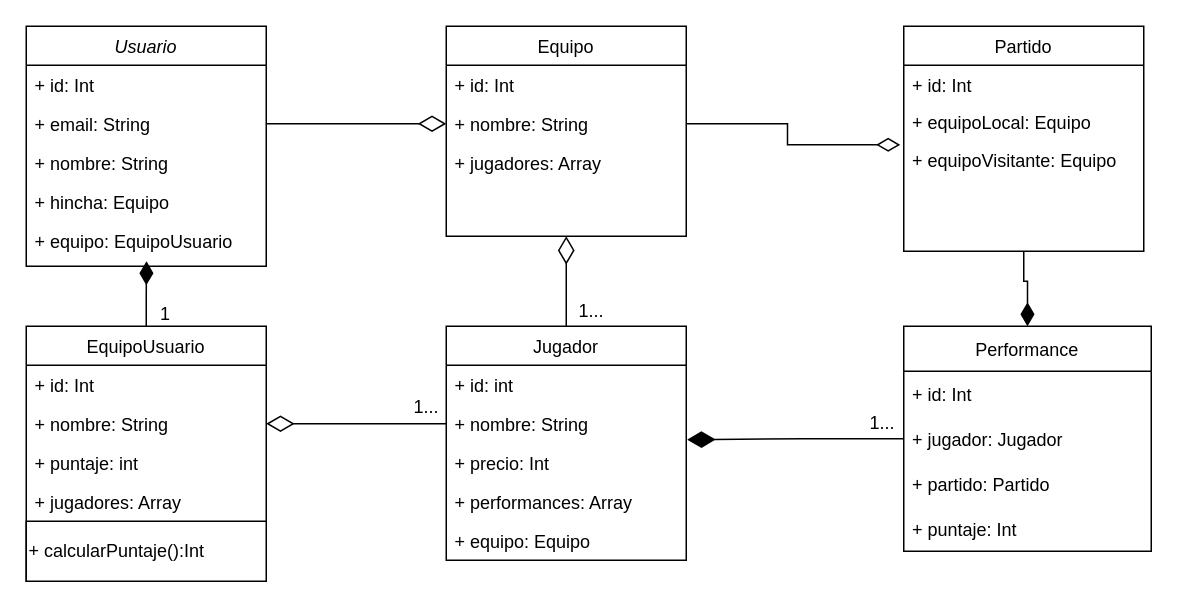
Earlier version of the draw.io diagram GranDT_Diagram.drawio (anarod13/granDT). Source tidied: cells renumbered, new cells numbered last; positions are measured from the earlier drawing's top-left corner, leaving out a move shared by most shapes. Both pictures are drawn from the tidied source at 150%, with x=0, y=0 at pixel (26, 26).
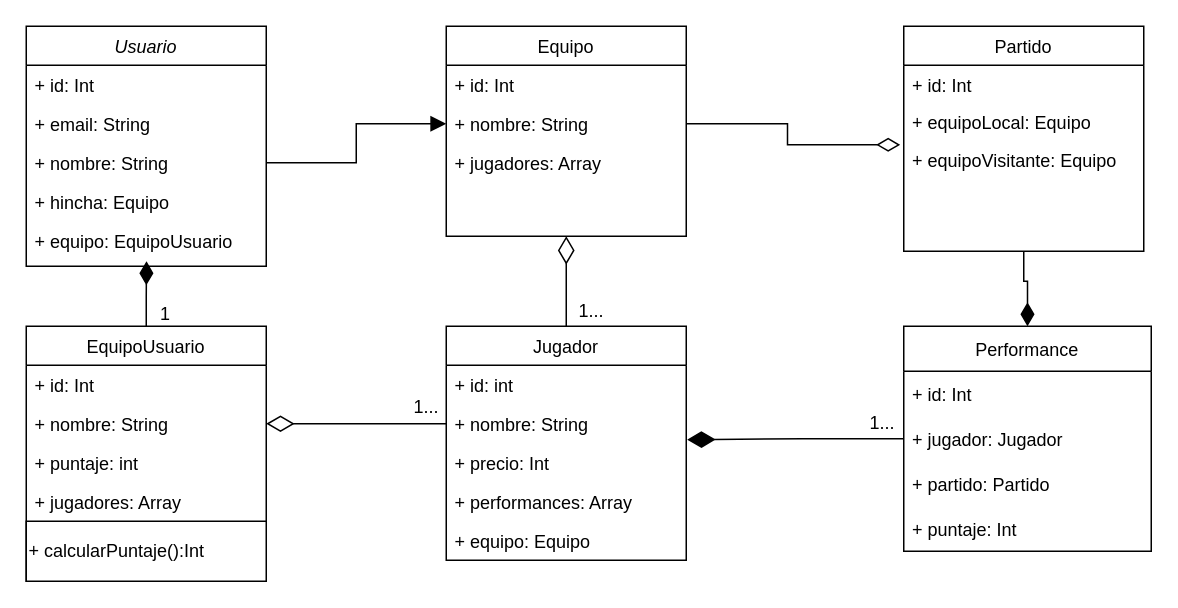
The same diagram, later.

Unchanged cells that the change refers to:
```xml
<mxCell id="4" value="+ email: String" style="text;align=left;verticalAlign=top;spacingLeft=4;spacingRight=4;overflow=hidden;points=[[0,0.5],[1,0.5]];portConstraint=eastwest;rounded=0;shadow=0;html=0;" parent="2" vertex="1">
  <mxGeometry y="52" width="160" height="26" as="geometry" />
</mxCell>
<mxCell id="5" value="+ nombre: String" style="text;align=left;verticalAlign=top;spacingLeft=4;spacingRight=4;overflow=hidden;points=[[0,0.5],[1,0.5]];portConstraint=eastwest;rounded=0;shadow=0;html=0;" parent="2" vertex="1">
  <mxGeometry y="78" width="160" height="26" as="geometry" />
</mxCell>
<mxCell id="24" value="+ nombre: String" style="text;align=left;verticalAlign=top;spacingLeft=4;spacingRight=4;overflow=hidden;points=[[0,0.5],[1,0.5]];portConstraint=eastwest;rounded=0;shadow=0;html=0;" parent="22" vertex="1">
  <mxGeometry y="52" width="160" height="26" as="geometry" />
</mxCell>
```

What changed in the source:
```diff
@@
-    <mxCell id="36" style="edgeStyle=orthogonalEdgeStyle;rounded=0;jettySize=auto;html=1;entryX=0;entryY=0.5;entryDx=0;entryDy=0;endArrow=diamondThin;endFill=0;endSize=16;" parent="1" edge="1" source="4" target="24">
-      <mxGeometry relative="1" as="geometry" />
-    </mxCell>
@@
+    <mxCell id="44" style="edgeStyle=orthogonalEdgeStyle;rounded=0;jettySize=auto;html=1;exitX=1;exitY=0.5;exitDx=0;exitDy=0;entryX=0;entryY=0.5;entryDx=0;entryDy=0;endArrow=block;endFill=1;endSize=8;" parent="1" edge="1" source="5" target="24">
+      <mxGeometry relative="1" as="geometry" />
+    </mxCell>
```
